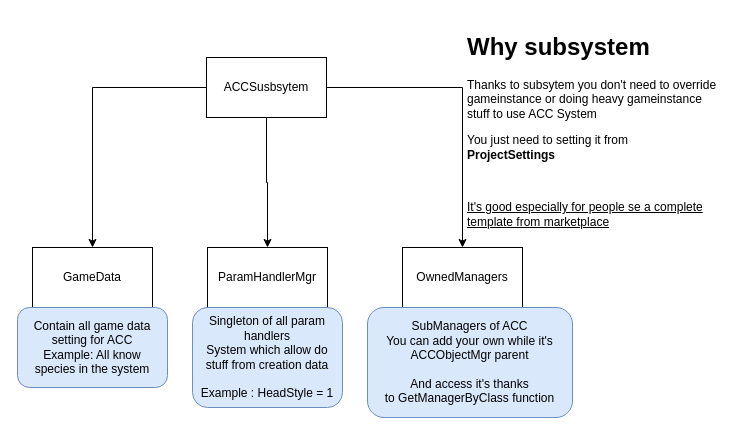
Before: acc_system.drawio in SomndusStudio/Documentation, a draw.io diagram. Source tidied: cells renumbered, new cells numbered last; positions are measured from the earlier drawing's top-left corner, leaving out a move shared by most shapes. Both pictures are drawn from the tidied source at 100%, with x=0, y=0 at pixel (17, 27).
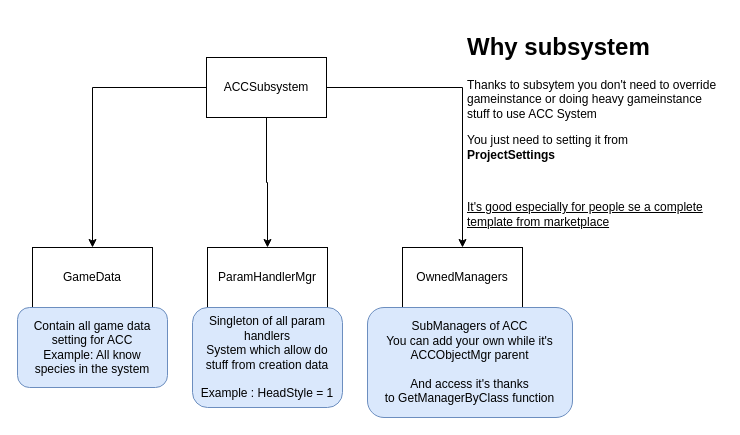
The same diagram, later.

Commit message:
Mettre à jour acc_system.drawio

What changed in the source:
```diff
@@
 <mxGraphModel>
   <root>
     <mxCell id="0" />
     <mxCell id="1" parent="0" />
     <mxCell id="2" style="edgeStyle=orthogonalEdgeStyle;rounded=0;jettySize=auto;html=1;entryX=0.5;entryY=0;entryDx=0;entryDy=0;" parent="1" edge="1" source="5" target="6">
       <mxGeometry relative="1" as="geometry" />
     </mxCell>
     <mxCell id="3" style="edgeStyle=orthogonalEdgeStyle;rounded=0;jettySize=auto;html=1;" parent="1" edge="1" source="5" target="7">
       <mxGeometry relative="1" as="geometry" />
     </mxCell>
     <mxCell id="4" style="edgeStyle=orthogonalEdgeStyle;rounded=0;jettySize=auto;html=1;" parent="1" edge="1" source="5" target="8">
       <mxGeometry relative="1" as="geometry" />
     </mxCell>
-    <mxCell id="5" value="ACCSusbsytem" style="rounded=0;whiteSpace=wrap;html=1;" parent="1" vertex="1">
+    <mxCell id="5" value="ACCSubsystem" style="rounded=0;whiteSpace=wrap;html=1;" parent="1" vertex="1">
       <mxGeometry x="189" y="30" width="120" height="60" as="geometry" />
     </mxCell>
     <mxCell id="6" value="GameData" style="rounded=0;whiteSpace=wrap;html=1;" parent="1" vertex="1">
       <mxGeometry x="15" y="220" width="120" height="60" as="geometry" />
     </mxCell>
     <mxCell id="7" value="ParamHandlerMgr" style="rounded=0;whiteSpace=wrap;html=1;" parent="1" vertex="1">
       <mxGeometry x="190" y="220" width="120" height="60" as="geometry" />
     </mxCell>
     <mxCell id="8" value="OwnedManagers" style="rounded=0;whiteSpace=wrap;html=1;" parent="1" vertex="1">
       <mxGeometry x="385" y="220" width="120" height="60" as="geometry" />
     </mxCell>
     <mxCell id="9" value="Contain all game data setting for ACC&lt;br&gt;Example: All know species in the system" style="rounded=1;whiteSpace=wrap;html=1;fillColor=#dae8fc;strokeColor=#6c8ebf;labelPadding=0;spacing=7;" parent="1" vertex="1">
       <mxGeometry y="280" width="150" height="80" as="geometry" />
     </mxCell>
     <mxCell id="10" value="Singleton of all param handlers&lt;br&gt;System which allow do stuff from creation data&lt;br&gt;&lt;br&gt;Example : HeadStyle = 1" style="rounded=1;whiteSpace=wrap;html=1;fillColor=#dae8fc;strokeColor=#6c8ebf;labelPadding=0;spacing=7;" parent="1" vertex="1">
       <mxGeometry x="175" y="280" width="150" height="100" as="geometry" />
     </mxCell>
     <mxCell id="11" value="SubManagers of ACC&lt;br&gt;You can add your own while it's ACCObjectMgr parent&lt;br&gt;&lt;br&gt;And access it's thanks to&amp;nbsp;GetManagerByClass function" style="rounded=1;whiteSpace=wrap;html=1;fillColor=#dae8fc;strokeColor=#6c8ebf;labelPadding=0;spacing=7;" parent="1" vertex="1">
       <mxGeometry x="350" y="280" width="205" height="110" as="geometry" />
     </mxCell>
     <mxCell id="12" value="&lt;h1&gt;Why subsystem&lt;/h1&gt;&lt;p&gt;Thanks to subsytem you don't need to override gameinstance or doing heavy gameinstance stuff to use ACC System&lt;/p&gt;&lt;p&gt;You just need to setting it from &lt;b&gt;ProjectSettings&lt;/b&gt;&lt;/p&gt;&lt;p&gt;&lt;b&gt;&lt;br&gt;&lt;/b&gt;&lt;/p&gt;&lt;p&gt;&lt;u&gt;It's good especially for people se a complete template from marketplace&lt;/u&gt;&lt;/p&gt;" style="text;html=1;strokeColor=none;fillColor=none;spacing=5;spacingTop=-20;whiteSpace=wrap;overflow=hidden;rounded=0;" parent="1" vertex="1">
       <mxGeometry x="445" width="260" height="210" as="geometry" />
     </mxCell>
   </root>
 </mxGraphModel>
```
